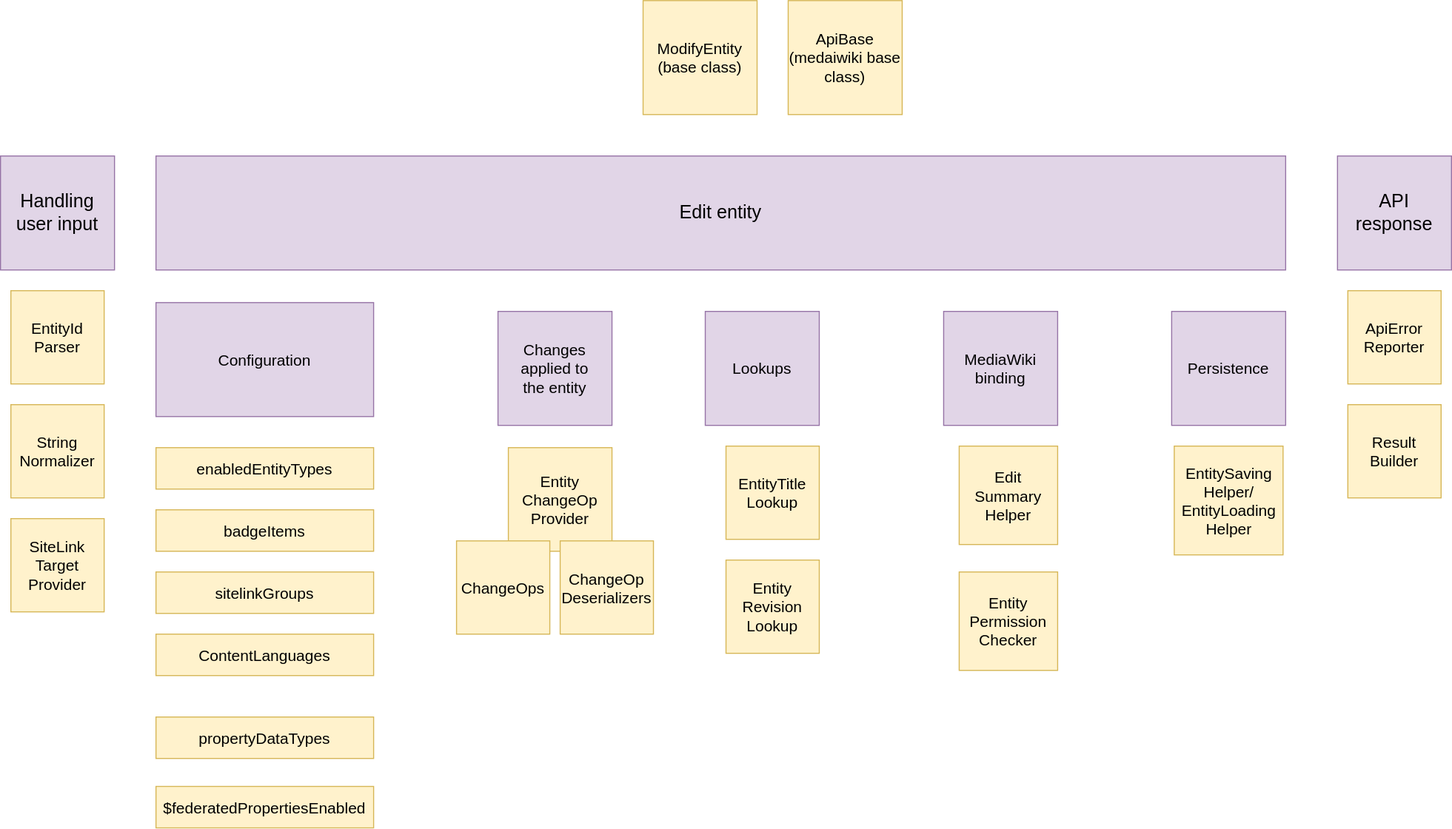
wmde/wikidata-wikibase-architecture keeps this draw.io diagram as systems/WikibaseRepo/diagrams/05-api-wbeditentity.drawio.svg. Above is the earlier version. Source tidied: cells renumbered, new cells last; positions are measured from the earlier drawing's top-left corner, leaving out a move shared by most shapes.
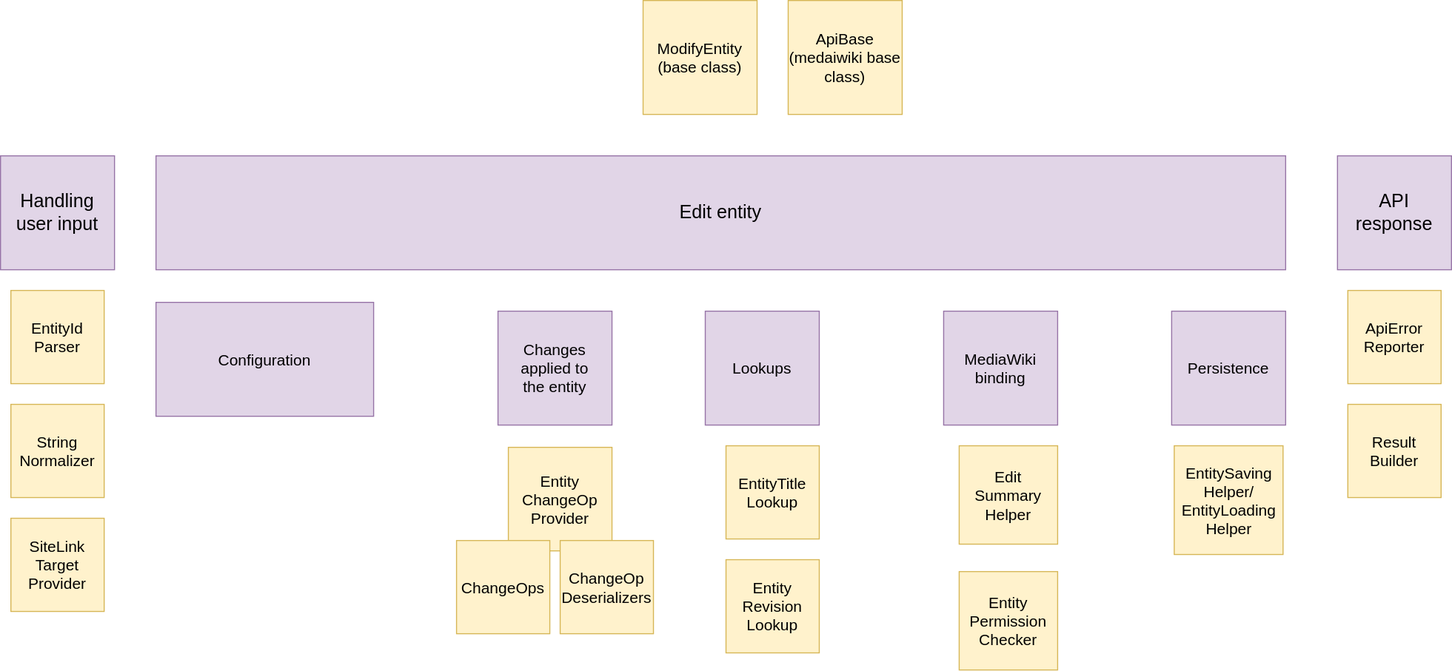
After the change.

Commit message:
Fix: Re-remove configs from wbeditentity

What changed in the source:
```diff
@@ -56,24 +56,6 @@
     <mxCell id="19" value="&lt;div style=&quot;font-size: 15px;&quot;&gt;ChangeOp&lt;/div&gt;&lt;div style=&quot;font-size: 15px;&quot;&gt;Deserializers&lt;/div&gt;" style="whiteSpace=wrap;html=1;fillColor=#fff2cc;strokeColor=#d6b656;fontSize=15;fontStyle=0;" parent="1" vertex="1">
       <mxGeometry x="540" y="521.5" width="90" height="90" as="geometry" />
     </mxCell>
-    <mxCell id="20" value="enabledEntityTypes" style="rounded=0;whiteSpace=wrap;html=1;fillColor=#fff2cc;strokeColor=#d6b656;fontSize=15;fontStyle=0;" parent="1" vertex="1">
-      <mxGeometry x="150" y="431.5" width="210" height="40" as="geometry" />
-    </mxCell>
-    <mxCell id="21" value="badgeItems" style="rounded=0;whiteSpace=wrap;html=1;fillColor=#fff2cc;strokeColor=#d6b656;fontSize=15;fontStyle=0;" parent="1" vertex="1">
-      <mxGeometry x="150" y="491.5" width="210" height="40" as="geometry" />
-    </mxCell>
-    <mxCell id="22" value="sitelinkGroups" style="rounded=0;whiteSpace=wrap;html=1;fillColor=#fff2cc;strokeColor=#d6b656;fontSize=15;fontStyle=0;" parent="1" vertex="1">
-      <mxGeometry x="150" y="551.5" width="210" height="40" as="geometry" />
-    </mxCell>
-    <mxCell id="23" value="ContentLanguages" style="rounded=0;whiteSpace=wrap;html=1;fillColor=#fff2cc;strokeColor=#d6b656;fontSize=15;fontStyle=0;" parent="1" vertex="1">
-      <mxGeometry x="150" y="611.5" width="210" height="40" as="geometry" />
-    </mxCell>
-    <mxCell id="24" value="propertyDataTypes" style="rounded=0;whiteSpace=wrap;html=1;fillColor=#fff2cc;strokeColor=#d6b656;fontSize=15;fontStyle=0;" parent="1" vertex="1">
-      <mxGeometry x="150" y="691.5" width="210" height="40" as="geometry" />
-    </mxCell>
-    <mxCell id="25" value="$federatedPropertiesEnabled" style="rounded=0;whiteSpace=wrap;html=1;fillColor=#fff2cc;strokeColor=#d6b656;fontSize=15;fontStyle=0;" parent="1" vertex="1">
-      <mxGeometry x="150" y="758.5" width="210" height="40" as="geometry" />
-    </mxCell>
     <mxCell id="26" value="&lt;div style=&quot;font-size: 15px;&quot;&gt;Entity&lt;/div&gt;&lt;div style=&quot;font-size: 15px;&quot;&gt;Revision&lt;/div&gt;&lt;div style=&quot;font-size: 15px;&quot;&gt;Lookup&lt;/div&gt;" style="whiteSpace=wrap;html=1;fillColor=#fff2cc;strokeColor=#d6b656;fontSize=15;fontStyle=0;" parent="1" vertex="1">
       <mxGeometry x="700" y="540" width="90" height="90" as="geometry" />
     </mxCell>
```
